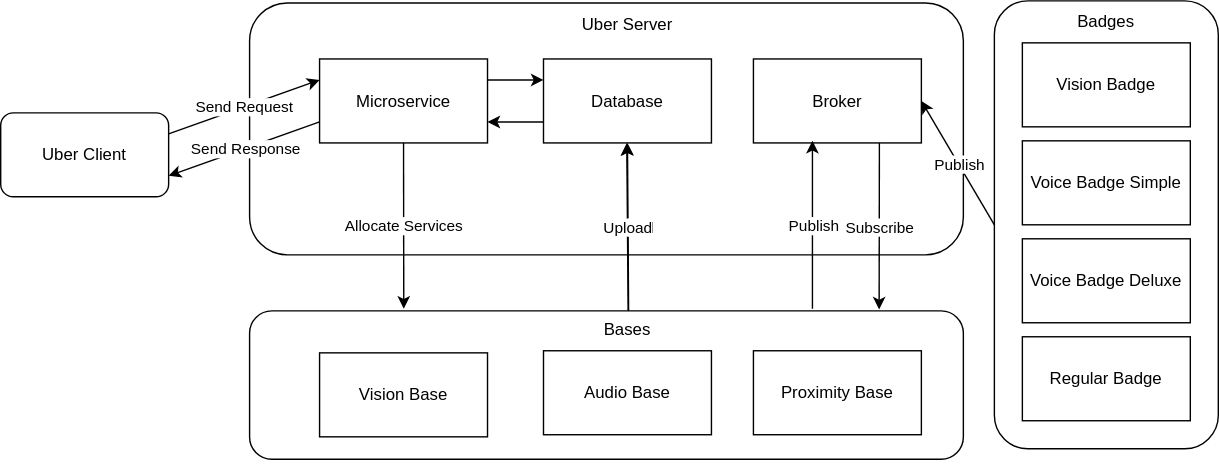
This is system_design.svg from spikol/system_ideas, a draw.io export, as it was before one commit. Source tidied: cells renumbered, new cells last; positions are measured from the earlier drawing's top-left corner, leaving out a move shared by most shapes.
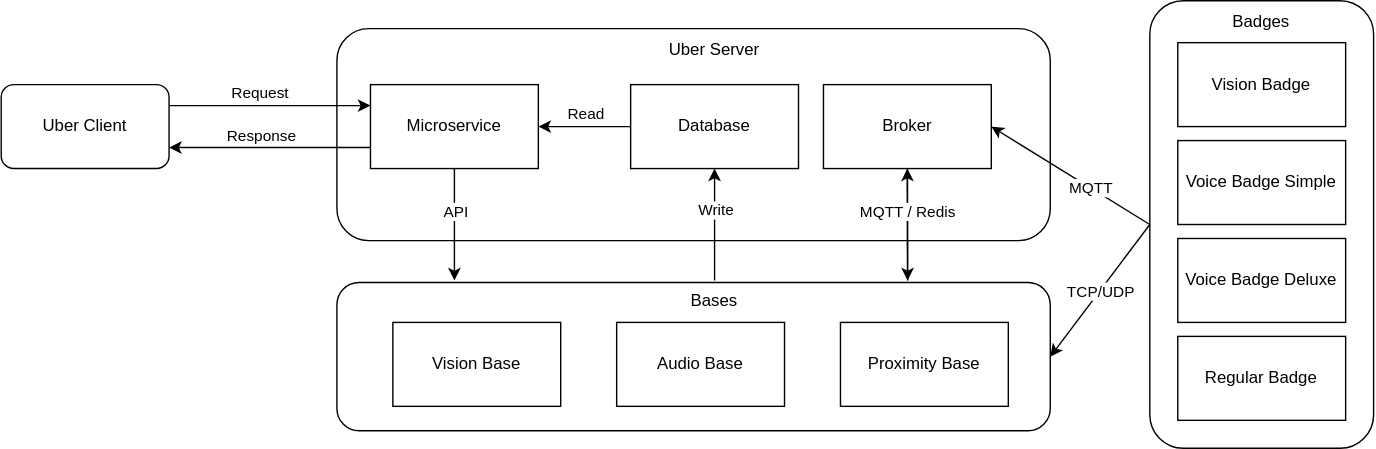
The same file after the commit.

Commit message:
Update system diagram

What changed in the source:
```diff
@@ -3,120 +3,129 @@
     <mxCell id="0" />
     <mxCell id="1" parent="0" />
     <mxCell id="2" style="rounded=1;whiteSpace=wrap;html=1;" parent="1" vertex="1">
-      <mxGeometry x="177.8" y="1.5" width="510" height="180" as="geometry" />
+      <mxGeometry x="190" y="40" width="510" height="151.5" as="geometry" />
     </mxCell>
     <mxCell id="3" value="Microservice" style="rounded=0;whiteSpace=wrap;html=1;" parent="1" vertex="1">
-      <mxGeometry x="227.8" y="41.5" width="120" height="60" as="geometry" />
+      <mxGeometry x="214" y="80" width="120" height="60" as="geometry" />
     </mxCell>
     <mxCell id="4" value="Uber Server" style="text;html=1;strokeColor=none;fillColor=none;align=center;verticalAlign=middle;whiteSpace=wrap;rounded=0;" parent="1" vertex="1">
-      <mxGeometry x="407.8" y="1.5" width="80" height="30" as="geometry" />
+      <mxGeometry x="420" y="40" width="80" height="30" as="geometry" />
     </mxCell>
     <mxCell id="5" style="rounded=1;whiteSpace=wrap;html=1;" parent="1" vertex="1">
-      <mxGeometry x="177.8" y="221.5" width="510" height="106" as="geometry" />
+      <mxGeometry x="190" y="221.5" width="510" height="106" as="geometry" />
     </mxCell>
     <mxCell id="6" value="Bases" style="text;html=1;strokeColor=none;fillColor=none;align=center;verticalAlign=middle;whiteSpace=wrap;rounded=0;" parent="1" vertex="1">
-      <mxGeometry x="417.8" y="220" width="60" height="30" as="geometry" />
+      <mxGeometry x="430" y="220" width="60" height="30" as="geometry" />
     </mxCell>
     <mxCell id="7" value="Vision Base" style="rounded=0;whiteSpace=wrap;html=1;" parent="1" vertex="1">
-      <mxGeometry x="227.8" y="251.5" width="120" height="60" as="geometry" />
+      <mxGeometry x="230" y="250" width="120" height="60" as="geometry" />
     </mxCell>
     <mxCell id="8" value="Audio Base" style="rounded=0;whiteSpace=wrap;html=1;" parent="1" vertex="1">
-      <mxGeometry x="387.8" y="250" width="120" height="60" as="geometry" />
+      <mxGeometry x="390" y="250" width="120" height="60" as="geometry" />
     </mxCell>
     <mxCell id="9" value="Proximity Base" style="rounded=0;whiteSpace=wrap;html=1;" parent="1" vertex="1">
-      <mxGeometry x="537.8" y="250" width="120" height="60" as="geometry" />
+      <mxGeometry x="550" y="250" width="120" height="60" as="geometry" />
     </mxCell>
     <mxCell id="10" style="rounded=1;whiteSpace=wrap;html=1;" parent="1" vertex="1">
-      <mxGeometry x="710" width="160" height="320" as="geometry" />
+      <mxGeometry x="771.2" y="20" width="160" height="320" as="geometry" />
     </mxCell>
     <mxCell id="11" value="Badges" style="text;html=1;strokeColor=none;fillColor=none;align=center;verticalAlign=middle;whiteSpace=wrap;rounded=0;" parent="1" vertex="1">
-      <mxGeometry x="760" width="60" height="30" as="geometry" />
+      <mxGeometry x="821.2" y="20" width="60" height="30" as="geometry" />
     </mxCell>
     <mxCell id="12" value="Vision Badge" style="rounded=0;whiteSpace=wrap;html=1;" parent="1" vertex="1">
-      <mxGeometry x="730" y="30" width="120" height="60" as="geometry" />
+      <mxGeometry x="791.2" y="50" width="120" height="60" as="geometry" />
     </mxCell>
     <mxCell id="13" value="Voice Badge Simple" style="rounded=0;whiteSpace=wrap;html=1;" parent="1" vertex="1">
-      <mxGeometry x="730" y="100" width="120" height="60" as="geometry" />
+      <mxGeometry x="791.2" y="120" width="120" height="60" as="geometry" />
     </mxCell>
     <mxCell id="14" value="Voice Badge Deluxe" style="rounded=0;whiteSpace=wrap;html=1;" parent="1" vertex="1">
-      <mxGeometry x="730" y="170" width="120" height="60" as="geometry" />
+      <mxGeometry x="791.2" y="190" width="120" height="60" as="geometry" />
     </mxCell>
     <mxCell id="15" value="Regular Badge" style="rounded=0;whiteSpace=wrap;html=1;" parent="1" vertex="1">
-      <mxGeometry x="730" y="240" width="120" height="60" as="geometry" />
+      <mxGeometry x="791.2" y="260" width="120" height="60" as="geometry" />
     </mxCell>
     <mxCell id="16" style="edgeStyle=orthogonalEdgeStyle;rounded=0;orthogonalLoop=1;jettySize=auto;html=1;exitX=0.5;exitY=1;exitDx=0;exitDy=0;" parent="1" edge="1" source="5" target="5">
       <mxGeometry relative="1" as="geometry" />
     </mxCell>
     <mxCell id="17" value="Database" style="rounded=0;whiteSpace=wrap;html=1;" parent="1" vertex="1">
-      <mxGeometry x="387.8" y="41.5" width="120" height="60" as="geometry" />
+      <mxGeometry x="400" y="80" width="120" height="60" as="geometry" />
     </mxCell>
     <mxCell id="18" value="Uber Client" style="rounded=1;whiteSpace=wrap;html=1;" parent="1" vertex="1">
-      <mxGeometry y="80" width="120" height="60" as="geometry" />
+      <mxGeometry x="-50" y="80" width="120" height="60" as="geometry" />
     </mxCell>
     <mxCell id="19" style="endArrow=classic;html=1;rounded=0;exitX=0.5;exitY=1;exitDx=0;exitDy=0;" parent="1" edge="1" source="3">
       <mxGeometry relative="1" as="geometry">
-        <mxPoint x="288" y="220" as="targetPoint" />
+        <mxPoint x="274" y="220" as="targetPoint" />
       </mxGeometry>
     </mxCell>
-    <mxCell id="20" value="Allocate Services" style="edgeLabel;html=1;align=center;verticalAlign=middle;" parent="19" vertex="1">
-      <mxGeometry relative="1" as="geometry" />
+    <mxCell id="20" value="API" style="edgeLabel;html=1;align=center;verticalAlign=middle;" parent="19" vertex="1">
+      <mxGeometry relative="1" as="geometry">
+        <mxPoint y="-10" as="offset" />
+      </mxGeometry>
     </mxCell>
     <mxCell id="21" style="endArrow=classic;html=1;rounded=0;exitX=1;exitY=0.25;exitDx=0;exitDy=0;entryX=0;entryY=0.25;entryDx=0;entryDy=0;" parent="1" edge="1" source="18" target="3">
       <mxGeometry relative="1" as="geometry" />
     </mxCell>
-    <mxCell id="22" value="Send Request" style="edgeLabel;html=1;align=center;verticalAlign=middle;" parent="21" vertex="1">
-      <mxGeometry relative="1" as="geometry" />
+    <mxCell id="22" value="Request" style="edgeLabel;html=1;align=center;verticalAlign=middle;" parent="21" vertex="1">
+      <mxGeometry relative="1" as="geometry">
+        <mxPoint x="-8" y="-10" as="offset" />
+      </mxGeometry>
     </mxCell>
     <mxCell id="23" style="endArrow=classic;html=1;rounded=0;exitX=0;exitY=0.75;exitDx=0;exitDy=0;entryX=1;entryY=0.75;entryDx=0;entryDy=0;" parent="1" edge="1" source="3" target="18">
       <mxGeometry relative="1" as="geometry" />
     </mxCell>
-    <mxCell id="24" value="Send Response" style="edgeLabel;html=1;align=center;verticalAlign=middle;" parent="23" vertex="1">
-      <mxGeometry relative="1" as="geometry" />
+    <mxCell id="24" value="Response" style="edgeLabel;html=1;align=center;verticalAlign=middle;" parent="23" vertex="1">
+      <mxGeometry relative="1" as="geometry">
+        <mxPoint x="-7" y="-9" as="offset" />
+      </mxGeometry>
     </mxCell>
     <mxCell id="25" value="Broker" style="rounded=0;whiteSpace=wrap;html=1;" parent="1" vertex="1">
-      <mxGeometry x="537.8" y="41.5" width="120" height="60" as="geometry" />
+      <mxGeometry x="537.8" y="80" width="120" height="60" as="geometry" />
     </mxCell>
     <mxCell id="26" style="endArrow=classic;html=1;rounded=0;exitX=0;exitY=0.5;exitDx=0;exitDy=0;entryX=1;entryY=0.5;entryDx=0;entryDy=0;" parent="1" edge="1" source="10" target="25">
       <mxGeometry relative="1" as="geometry" />
     </mxCell>
-    <mxCell id="27" value="Publish" style="edgeLabel;html=1;align=center;verticalAlign=middle;" parent="26" vertex="1">
-      <mxGeometry relative="1" as="geometry" />
+    <mxCell id="27" value="MQTT" style="edgeLabel;html=1;align=center;verticalAlign=middle;" parent="26" vertex="1">
+      <mxGeometry relative="1" as="geometry">
+        <mxPoint x="14" y="9" as="offset" />
+      </mxGeometry>
     </mxCell>
-    <mxCell id="28" style="endArrow=classic;html=1;rounded=0;" parent="1" edge="1">
+    <mxCell id="28" style="endArrow=classic;html=1;rounded=0;entryX=0.5;entryY=1;entryDx=0;entryDy=0;" parent="1" edge="1" target="25">
       <mxGeometry relative="1" as="geometry">
-        <mxPoint x="580" y="220" as="sourcePoint" />
-        <mxPoint x="580" y="100" as="targetPoint" />
+        <mxPoint x="598" y="220" as="sourcePoint" />
       </mxGeometry>
     </mxCell>
-    <mxCell id="29" value="Publish&lt;br&gt;" style="edgeLabel;html=1;align=center;verticalAlign=middle;" parent="28" vertex="1">
-      <mxGeometry relative="1" as="geometry" />
-    </mxCell>
-    <mxCell id="30" style="endArrow=classic;html=1;rounded=0;exitX=0.75;exitY=1;exitDx=0;exitDy=0;entryX=0.882;entryY=-0.009;entryDx=0;entryDy=0;entryPerimeter=0;" parent="1" edge="1" source="25" target="5">
-      <mxGeometry relative="1" as="geometry" />
+    <mxCell id="30" style="endArrow=classic;html=1;rounded=0;exitX=0.5;exitY=1;exitDx=0;exitDy=0;" parent="1" edge="1" source="25">
+      <mxGeometry relative="1" as="geometry">
+        <mxPoint x="598" y="220" as="targetPoint" />
+      </mxGeometry>
     </mxCell>
-    <mxCell id="31" value="Subscribe" style="edgeLabel;html=1;align=center;verticalAlign=middle;" parent="30" vertex="1">
-      <mxGeometry relative="1" as="geometry" />
+    <mxCell id="31" value="MQTT / Redis" style="edgeLabel;html=1;align=center;verticalAlign=middle;" parent="30" vertex="1">
+      <mxGeometry relative="1" as="geometry">
+        <mxPoint y="-9" as="offset" />
+      </mxGeometry>
     </mxCell>
-    <mxCell id="32" style="endArrow=classic;html=1;rounded=0;entryX=0.5;entryY=1;entryDx=0;entryDy=0;exitX=0.531;exitY=0;exitDx=0;exitDy=0;exitPerimeter=0;" parent="1" edge="1" source="5" target="17">
-      <mxGeometry relative="1" as="geometry" />
-    </mxCell>
-    <mxCell id="33" value="Upload" style="edgeLabel;html=1;align=center;verticalAlign=middle;" parent="32" vertex="1">
-      <mxGeometry relative="1" as="geometry" />
-    </mxCell>
-    <mxCell id="34" style="endArrow=classic;html=1;rounded=0;exitX=1;exitY=0.25;exitDx=0;exitDy=0;entryX=0;entryY=0.25;entryDx=0;entryDy=0;" parent="1" edge="1" source="3" target="17">
-      <mxGeometry relative="1" as="geometry" />
-    </mxCell>
+    <mxCell id="38" style="endArrow=classic;html=1;rounded=0;exitX=0;exitY=0.5;exitDx=0;exitDy=0;entryX=1;entryY=0.5;entryDx=0;entryDy=0;" parent="1" edge="1" source="10" target="5">
+      <mxGeometry relative="1" as="geometry" />
+    </mxCell>
+    <mxCell id="39" value="TCP/UDP" style="edgeLabel;html=1;align=center;verticalAlign=middle;" parent="38" vertex="1">
+      <mxGeometry relative="1" as="geometry" />
+    </mxCell>
-    <mxCell id="35" style="endArrow=classic;html=1;rounded=0;exitX=0;exitY=0.75;exitDx=0;exitDy=0;entryX=1;entryY=0.75;entryDx=0;entryDy=0;" parent="1" edge="1" source="17" target="3">
+    <mxCell id="35" style="endArrow=classic;html=1;rounded=0;entryX=1;entryY=0.5;entryDx=0;entryDy=0;exitX=0;exitY=0.5;exitDx=0;exitDy=0;" parent="1" edge="1" source="17" target="3">
       <mxGeometry relative="1" as="geometry" />
     </mxCell>
-    <mxCell id="36" style="endArrow=classic;html=1;rounded=0;entryX=0.5;entryY=1;entryDx=0;entryDy=0;exitX=0.531;exitY=0;exitDx=0;exitDy=0;exitPerimeter=0;" parent="1" edge="1">
-      <mxGeometry relative="1" as="geometry">
-        <mxPoint x="448.3" y="221.5" as="sourcePoint" />
-        <mxPoint x="447.3" y="101.5" as="targetPoint" />
-      </mxGeometry>
-    </mxCell>
-    <mxCell id="37" value="Upload" style="edgeLabel;html=1;align=center;verticalAlign=middle;" parent="36" vertex="1">
-      <mxGeometry relative="1" as="geometry" />
-    </mxCell>
+    <mxCell id="40" value="Read" style="edgeLabel;html=1;align=center;verticalAlign=middle;" parent="35" vertex="1">
+      <mxGeometry relative="1" as="geometry">
+        <mxPoint y="-10" as="offset" />
+      </mxGeometry>
+    </mxCell>
+    <mxCell id="41" style="endArrow=classic;html=1;rounded=0;exitX=0.5;exitY=0;exitDx=0;exitDy=0;entryX=0.5;entryY=1;entryDx=0;entryDy=0;" parent="1" edge="1" source="6" target="17">
+      <mxGeometry relative="1" as="geometry" />
+    </mxCell>
+    <mxCell id="42" value="Write" style="edgeLabel;html=1;align=center;verticalAlign=middle;" parent="41" vertex="1">
+      <mxGeometry relative="1" as="geometry">
+        <mxPoint y="-11" as="offset" />
+      </mxGeometry>
+    </mxCell>
   </root>
 </mxGraphModel>
```
